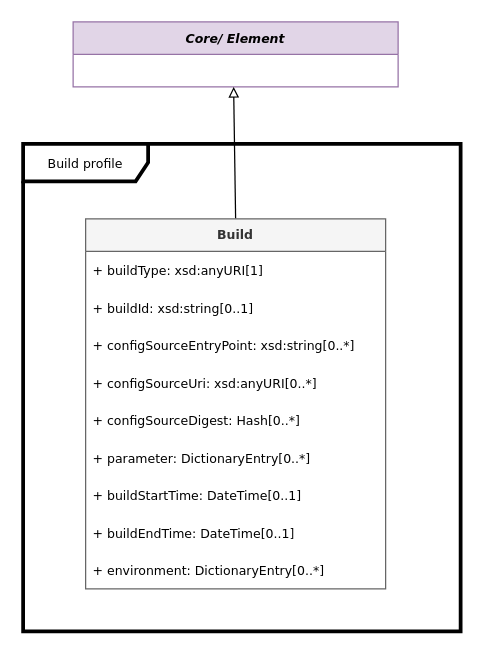
spdx/spdx-3-model keeps this draw.io diagram as page "Build" (5 of 12) of docs/model.drawio. Above is the earlier version. Source tidied: cells renumbered, new cells numbered last; positions are measured from the earlier drawing's top-left corner, leaving out a move shared by most shapes. Both pictures are drawn from the tidied source at 125%, with x=0, y=0 at pixel (22, 21).
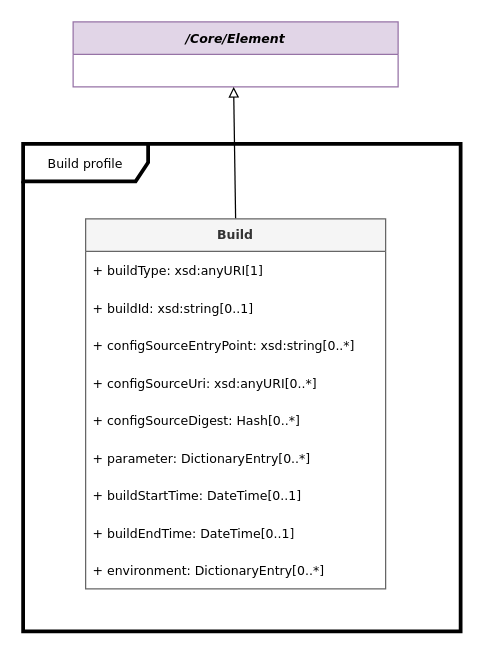
The same diagram, later.

Diff of the diagram source:
```diff
@@
 <mxGraphModel>
   <root>
     <mxCell id="0" />
     <mxCell id="1" parent="0" />
-    <mxCell id="2" value="Core/ Element" style="swimlane;fontStyle=3;horizontal=1;startSize=26;fillColor=#e1d5e7;strokeColor=#9673a6;fontFamily=Verdana;fontSize=10;" parent="1" vertex="1">
+    <mxCell id="2" value="/Core/Element" style="swimlane;fontStyle=3;horizontal=1;startSize=26;fillColor=#e1d5e7;strokeColor=#9673a6;fontFamily=Verdana;fontSize=10;" parent="1" vertex="1">
       <mxGeometry x="40" width="260" height="52" as="geometry" />
     </mxCell>
     <mxCell id="3" style="endArrow=block;html=1;rounded=0;entryX=0.494;entryY=1;entryDx=0;entryDy=0;entryPerimeter=0;exitX=0.5;exitY=0;exitDx=0;exitDy=0;endFill=0;fontFamily=Verdana;fontSize=10;" parent="1" edge="1" source="5">
       <mxGeometry relative="1" as="geometry">
         <mxPoint x="168.4" y="52" as="targetPoint" />
       </mxGeometry>
     </mxCell>
     <mxCell id="4" value="Build profile" style="shape=umlFrame;whiteSpace=wrap;html=1;width=100;height=30;strokeWidth=3;fontFamily=Verdana;fontSize=10;" parent="1" vertex="1">
       <mxGeometry y="97.5" width="350" height="390" as="geometry" />
     </mxCell>
     <mxCell id="5" value="Build" style="swimlane;fontStyle=1;horizontal=1;startSize=26;fillColor=#f5f5f5;strokeColor=#666666;fontColor=#333333;fontFamily=Verdana;fontSize=10;" parent="1" vertex="1">
       <mxGeometry x="50" y="157.5" width="240" height="296" as="geometry" />
     </mxCell>
     <mxCell id="6" value="+ buildType: xsd:anyURI[1]" style="text;strokeColor=none;fillColor=none;align=left;verticalAlign=middle;spacingLeft=4;spacingRight=4;overflow=hidden;whiteSpace=wrap;html=1;fontFamily=Verdana;fontSize=10;" parent="5" vertex="1">
       <mxGeometry y="26" width="240" height="30" as="geometry" />
     </mxCell>
     <mxCell id="7" value="+ buildId: xsd:string[0..1]" style="text;strokeColor=none;fillColor=none;align=left;verticalAlign=middle;spacingLeft=4;spacingRight=4;overflow=hidden;whiteSpace=wrap;html=1;fontFamily=Verdana;fontSize=10;" parent="5" vertex="1">
       <mxGeometry y="56" width="240" height="30" as="geometry" />
     </mxCell>
     <mxCell id="8" value="+ configSourceEntryPoint: xsd:string[0..*]" style="text;strokeColor=none;fillColor=none;align=left;verticalAlign=middle;spacingLeft=4;spacingRight=4;overflow=hidden;whiteSpace=wrap;html=1;fontFamily=Verdana;fontSize=10;" parent="5" vertex="1">
       <mxGeometry y="86" width="240" height="30" as="geometry" />
     </mxCell>
     <mxCell id="9" value="+ configSourceUri: xsd:anyURI[0..*]" style="text;strokeColor=none;fillColor=none;align=left;verticalAlign=middle;spacingLeft=4;spacingRight=4;overflow=hidden;whiteSpace=wrap;html=1;fontFamily=Verdana;fontSize=10;" parent="5" vertex="1">
       <mxGeometry y="116" width="240" height="30" as="geometry" />
     </mxCell>
     <mxCell id="10" value="+ configSourceDigest: Hash[0..*]" style="text;strokeColor=none;fillColor=none;align=left;verticalAlign=middle;spacingLeft=4;spacingRight=4;overflow=hidden;whiteSpace=wrap;html=1;fontFamily=Verdana;fontSize=10;" parent="5" vertex="1">
       <mxGeometry y="146" width="240" height="30" as="geometry" />
     </mxCell>
     <mxCell id="11" value="+ parameter: DictionaryEntry[0..*]" style="text;strokeColor=none;fillColor=none;align=left;verticalAlign=middle;spacingLeft=4;spacingRight=4;overflow=hidden;whiteSpace=wrap;html=1;fontFamily=Verdana;fontSize=10;" parent="5" vertex="1">
       <mxGeometry y="176" width="240" height="30" as="geometry" />
     </mxCell>
     <mxCell id="12" value="+ buildStartTime: DateTime[0..1]" style="text;strokeColor=none;fillColor=none;align=left;verticalAlign=middle;spacingLeft=4;spacingRight=4;overflow=hidden;whiteSpace=wrap;html=1;fontFamily=Verdana;fontSize=10;" parent="5" vertex="1">
       <mxGeometry y="206" width="240" height="30" as="geometry" />
     </mxCell>
     <mxCell id="13" value="+ buildEndTime: DateTime[0..1]" style="text;strokeColor=none;fillColor=none;align=left;verticalAlign=middle;spacingLeft=4;spacingRight=4;overflow=hidden;whiteSpace=wrap;html=1;fontFamily=Verdana;fontSize=10;" parent="5" vertex="1">
       <mxGeometry y="236" width="240" height="30" as="geometry" />
     </mxCell>
     <mxCell id="14" value="+ environment: DictionaryEntry[0..*]" style="text;strokeColor=none;fillColor=none;align=left;verticalAlign=middle;spacingLeft=4;spacingRight=4;overflow=hidden;whiteSpace=wrap;html=1;fontFamily=Verdana;fontSize=10;" parent="5" vertex="1">
       <mxGeometry y="266" width="240" height="30" as="geometry" />
     </mxCell>
   </root>
 </mxGraphModel>
```
